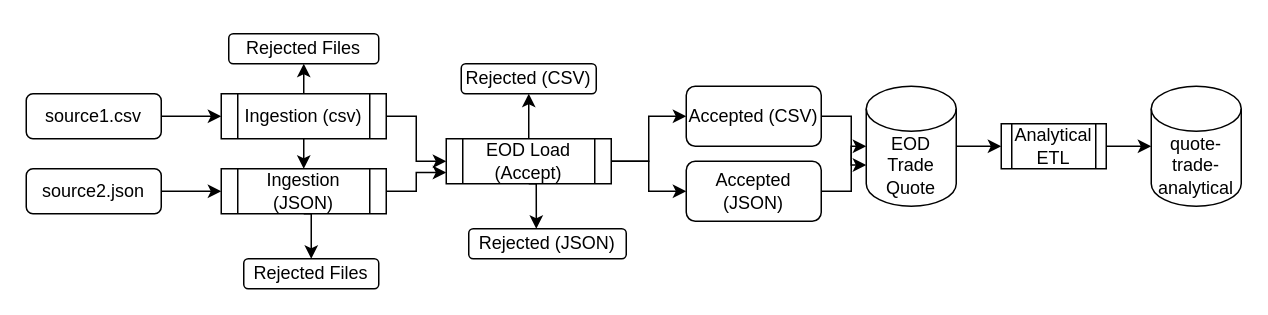
Above: Trade Analysis Capstone Project/TradeAnalysis.drawio in seetharengaraman/SpringBoard (draw.io), before the change. Source tidied: cells renumbered, new cells numbered last; positions are measured from the earlier drawing's top-left corner, leaving out a move shared by most shapes. Both pictures are drawn from the tidied source at 150%, with x=0, y=0 at pixel (26, 33).
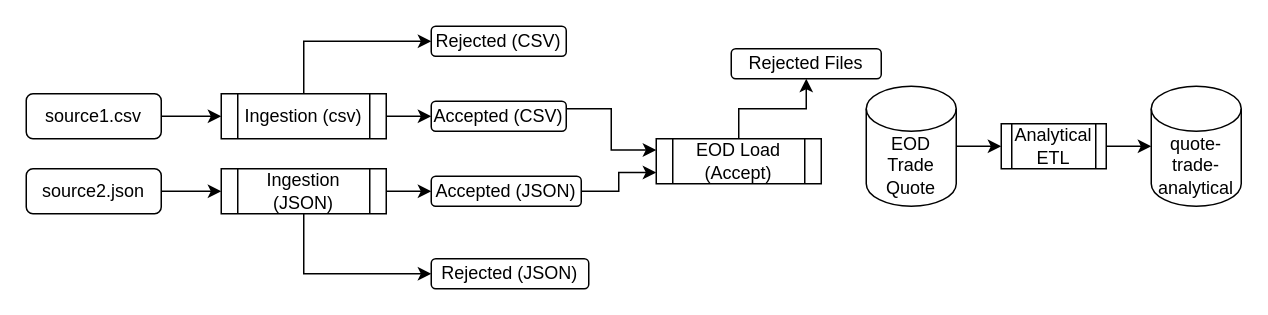
Above is the later version.

Commit message (it also covers changes not shown here):
Updated flow diagram

Unchanged cells that the change refers to:
```xml
<mxCell id="7" value="Ingestion (csv)" style="shape=process;whiteSpace=wrap;html=1;backgroundOutline=1;" parent="1" vertex="1">
  <mxGeometry x="130" y="40" width="110" height="30" as="geometry" />
</mxCell>
<mxCell id="16" value="EOD Trade Quote" style="shape=cylinder3;whiteSpace=wrap;html=1;boundedLbl=1;backgroundOutline=1;size=15;" parent="1" vertex="1">
  <mxGeometry x="560" y="35" width="60" height="80" as="geometry" />
</mxCell>
<mxCell id="22" value="Ingestion (JSON)" style="shape=process;whiteSpace=wrap;html=1;backgroundOutline=1;" parent="1" vertex="1">
  <mxGeometry x="130" y="90" width="110" height="30" as="geometry" />
</mxCell>
```

Change to the diagram source:
```diff
@@
-    <mxCell id="4" style="edgeStyle=orthogonalEdgeStyle;rounded=0;jettySize=auto;html=1;exitX=0.5;exitY=0;exitDx=0;exitDy=0;entryX=0.5;entryY=1;entryDx=0;entryDy=0;" parent="1" edge="1" source="7" target="13">
-      <mxGeometry relative="1" as="geometry" />
-    </mxCell>
-    <mxCell id="5" style="edgeStyle=orthogonalEdgeStyle;rounded=0;jettySize=auto;html=1;exitX=0.5;exitY=1;exitDx=0;exitDy=0;entryX=0.5;entryY=0;entryDx=0;entryDy=0;" parent="1" edge="1" source="7" target="22">
-      <mxGeometry relative="1" as="geometry" />
-    </mxCell>
-    <mxCell id="6" style="edgeStyle=orthogonalEdgeStyle;rounded=0;jettySize=auto;html=1;exitX=1;exitY=0.5;exitDx=0;exitDy=0;" parent="1" edge="1" source="7" target="12">
-      <mxGeometry relative="1" as="geometry" />
-    </mxCell>
+    <mxCell id="31" style="edgeStyle=orthogonalEdgeStyle;rounded=0;jettySize=auto;html=1;" parent="1" edge="1" source="7" target="25">
+      <mxGeometry relative="1" as="geometry" />
+    </mxCell>
+    <mxCell id="32" style="edgeStyle=orthogonalEdgeStyle;rounded=0;jettySize=auto;html=1;entryX=0;entryY=0.5;entryDx=0;entryDy=0;exitX=0.5;exitY=0;exitDx=0;exitDy=0;" parent="1" edge="1" source="7" target="14">
+      <mxGeometry relative="1" as="geometry" />
+    </mxCell>
@@
-    <mxCell id="8" style="edgeStyle=orthogonalEdgeStyle;rounded=0;jettySize=auto;html=1;exitX=0.5;exitY=1;exitDx=0;exitDy=0;entryX=0.429;entryY=0;entryDx=0;entryDy=0;entryPerimeter=0;" parent="1" edge="1" source="12" target="28">
-      <mxGeometry relative="1" as="geometry" />
-    </mxCell>
-    <mxCell id="9" style="edgeStyle=orthogonalEdgeStyle;rounded=0;jettySize=auto;html=1;" parent="1" edge="1" source="12" target="14">
-      <mxGeometry relative="1" as="geometry" />
-    </mxCell>
-    <mxCell id="10" style="edgeStyle=orthogonalEdgeStyle;rounded=0;jettySize=auto;html=1;entryX=0;entryY=0.5;entryDx=0;entryDy=0;" parent="1" edge="1" source="12" target="25">
-      <mxGeometry relative="1" as="geometry" />
-    </mxCell>
-    <mxCell id="11" style="edgeStyle=orthogonalEdgeStyle;rounded=0;jettySize=auto;html=1;entryX=0;entryY=0.5;entryDx=0;entryDy=0;" parent="1" edge="1" source="12" target="27">
-      <mxGeometry relative="1" as="geometry" />
-    </mxCell>
+    <mxCell id="33" style="edgeStyle=orthogonalEdgeStyle;rounded=0;jettySize=auto;html=1;" parent="1" edge="1" source="12" target="13">
+      <mxGeometry relative="1" as="geometry" />
+    </mxCell>
     <mxCell id="12" value="EOD Load (Accept)" style="shape=process;whiteSpace=wrap;html=1;backgroundOutline=1;" parent="1" vertex="1">
-      <mxGeometry x="280" y="70" width="110" height="30" as="geometry" />
+      <mxGeometry x="420" y="70" width="110" height="30" as="geometry" />
     </mxCell>
     <mxCell id="13" value="Rejected Files" style="rounded=1;whiteSpace=wrap;html=1;" parent="1" vertex="1">
-      <mxGeometry x="135" width="100" height="20" as="geometry" />
+      <mxGeometry x="470" y="10" width="100" height="20" as="geometry" />
     </mxCell>
     <mxCell id="14" value="Rejected (CSV)" style="rounded=1;whiteSpace=wrap;html=1;" parent="1" vertex="1">
-      <mxGeometry x="290" y="20" width="90" height="20" as="geometry" />
+      <mxGeometry x="270" y="-5" width="90" height="20" as="geometry" />
     </mxCell>
@@
-    <mxCell id="20" style="edgeStyle=orthogonalEdgeStyle;rounded=0;jettySize=auto;html=1;entryX=0;entryY=0.75;entryDx=0;entryDy=0;" parent="1" edge="1" source="22" target="12">
-      <mxGeometry relative="1" as="geometry" />
-    </mxCell>
-    <mxCell id="21" style="edgeStyle=orthogonalEdgeStyle;rounded=0;jettySize=auto;html=1;exitX=0.5;exitY=1;exitDx=0;exitDy=0;entryX=0.5;entryY=0;entryDx=0;entryDy=0;" parent="1" edge="1" source="22" target="23">
-      <mxGeometry relative="1" as="geometry" />
-    </mxCell>
+    <mxCell id="34" style="edgeStyle=orthogonalEdgeStyle;rounded=0;jettySize=auto;html=1;exitX=0.5;exitY=1;exitDx=0;exitDy=0;entryX=0;entryY=0.5;entryDx=0;entryDy=0;" parent="1" edge="1" source="22" target="28">
+      <mxGeometry relative="1" as="geometry" />
+    </mxCell>
+    <mxCell id="35" style="edgeStyle=orthogonalEdgeStyle;rounded=0;jettySize=auto;html=1;" parent="1" edge="1" source="22" target="27">
+      <mxGeometry relative="1" as="geometry" />
+    </mxCell>
@@
-    <mxCell id="23" value="Rejected Files" style="rounded=1;whiteSpace=wrap;html=1;" parent="1" vertex="1">
-      <mxGeometry x="145" y="150" width="90" height="20" as="geometry" />
-    </mxCell>
-    <mxCell id="24" style="edgeStyle=orthogonalEdgeStyle;rounded=0;jettySize=auto;html=1;entryX=0;entryY=0;entryDx=0;entryDy=52.5;entryPerimeter=0;" parent="1" edge="1" source="25" target="16">
-      <mxGeometry relative="1" as="geometry" />
-    </mxCell>
-    <mxCell id="25" value="Accepted (CSV)" style="rounded=1;whiteSpace=wrap;html=1;" parent="1" vertex="1">
-      <mxGeometry x="440" y="35" width="90" height="40" as="geometry" />
-    </mxCell>
-    <mxCell id="26" style="edgeStyle=orthogonalEdgeStyle;rounded=0;jettySize=auto;html=1;" parent="1" edge="1" source="27" target="16">
-      <mxGeometry relative="1" as="geometry" />
-    </mxCell>
-    <mxCell id="27" value="Accepted (JSON)" style="rounded=1;whiteSpace=wrap;html=1;" parent="1" vertex="1">
-      <mxGeometry x="440" y="85" width="90" height="40" as="geometry" />
-    </mxCell>
     <mxCell id="28" value="Rejected (JSON)" style="rounded=1;whiteSpace=wrap;html=1;" parent="1" vertex="1">
-      <mxGeometry x="295" y="130" width="105" height="20" as="geometry" />
+      <mxGeometry x="270" y="150" width="105" height="20" as="geometry" />
     </mxCell>
@@
+    <mxCell id="36" style="edgeStyle=orthogonalEdgeStyle;rounded=0;jettySize=auto;html=1;exitX=1;exitY=0.25;exitDx=0;exitDy=0;entryX=0;entryY=0.25;entryDx=0;entryDy=0;" parent="1" edge="1" source="25" target="12">
+      <mxGeometry relative="1" as="geometry" />
+    </mxCell>
+    <mxCell id="25" value="Accepted (CSV)" style="rounded=1;whiteSpace=wrap;html=1;" parent="1" vertex="1">
+      <mxGeometry x="270" y="45" width="90" height="20" as="geometry" />
+    </mxCell>
+    <mxCell id="37" style="edgeStyle=orthogonalEdgeStyle;rounded=0;jettySize=auto;html=1;exitX=1;exitY=0.5;exitDx=0;exitDy=0;entryX=0;entryY=0.75;entryDx=0;entryDy=0;" parent="1" edge="1" source="27" target="12">
+      <mxGeometry relative="1" as="geometry" />
+    </mxCell>
+    <mxCell id="27" value="Accepted (JSON)" style="rounded=1;whiteSpace=wrap;html=1;" parent="1" vertex="1">
+      <mxGeometry x="270" y="95" width="100" height="20" as="geometry" />
+    </mxCell>
```
